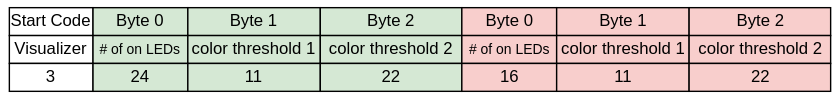
Earlier version of the draw.io export images/visualizer.svg (microchip-pic-avr-examples/pic16f56q71-audio-light-show-mplab-mcc). Source tidied: cells renumbered, new cells last; positions are measured from the earlier drawing's top-left corner, leaving out a move shared by most shapes.
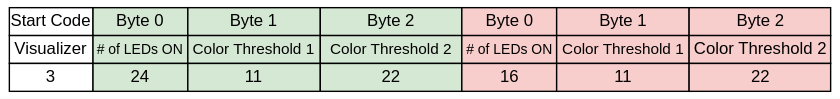
The same file after the commit.

The edit, as a diff of the source:
```diff
@@ -17,13 +17,13 @@
     <mxCell id="6" value="Visualizer" style="rounded=0;whiteSpace=wrap;html=1;" parent="1" vertex="1">
       <mxGeometry y="20" width="60" height="20" as="geometry" />
     </mxCell>
-    <mxCell id="7" value="&lt;font style=&quot;font-size: 10px;&quot;&gt;# of on LEDs&lt;/font&gt;" style="rounded=0;whiteSpace=wrap;html=1;fillColor=#d5e8d4;strokeColor=#000000;" parent="1" vertex="1">
+    <mxCell id="7" value="&lt;font style=&quot;font-size: 10px;&quot;&gt;# of LEDs ON&lt;br&gt;&lt;/font&gt;" style="rounded=0;whiteSpace=wrap;html=1;fillColor=#d5e8d4;strokeColor=#000000;" parent="1" vertex="1">
       <mxGeometry x="60" y="20" width="68" height="20" as="geometry" />
     </mxCell>
-    <mxCell id="8" value="color threshold 1" style="rounded=0;whiteSpace=wrap;html=1;fillColor=#d5e8d4;strokeColor=#000000;" parent="1" vertex="1">
+    <mxCell id="8" value="&lt;font style=&quot;font-size: 11px;&quot;&gt;Color Threshold 1&lt;/font&gt;" style="rounded=0;whiteSpace=wrap;html=1;fillColor=#d5e8d4;strokeColor=#000000;" parent="1" vertex="1">
       <mxGeometry x="128" y="20" width="95" height="20" as="geometry" />
     </mxCell>
-    <mxCell id="9" value="color threshold 2" style="rounded=0;whiteSpace=wrap;html=1;fillColor=#d5e8d4;strokeColor=#000000;" parent="1" vertex="1">
+    <mxCell id="9" value="&lt;font style=&quot;font-size: 11px;&quot;&gt;Color Threshold 2&lt;/font&gt;" style="rounded=0;whiteSpace=wrap;html=1;fillColor=#d5e8d4;strokeColor=#000000;" parent="1" vertex="1">
       <mxGeometry x="223" y="20" width="101.5" height="20" as="geometry" />
     </mxCell>
     <mxCell id="10" value="3" style="rounded=0;whiteSpace=wrap;html=1;" parent="1" vertex="1">
@@ -47,13 +47,13 @@
     <mxCell id="16" value="Byte 2" style="rounded=0;whiteSpace=wrap;html=1;fillColor=#f8cecc;strokeColor=#000000;" parent="1" vertex="1">
       <mxGeometry x="487.5" width="101.5" height="20" as="geometry" />
     </mxCell>
-    <mxCell id="17" value="&lt;font style=&quot;font-size: 10px;&quot;&gt;# of on LEDs&lt;/font&gt;" style="rounded=0;whiteSpace=wrap;html=1;fillColor=#f8cecc;strokeColor=#000000;" parent="1" vertex="1">
+    <mxCell id="17" value="&lt;font style=&quot;font-size: 10px;&quot;&gt;# of LEDs ON&lt;br&gt;&lt;/font&gt;" style="rounded=0;whiteSpace=wrap;html=1;fillColor=#f8cecc;strokeColor=#000000;" parent="1" vertex="1">
       <mxGeometry x="324.5" y="20" width="68" height="20" as="geometry" />
     </mxCell>
-    <mxCell id="18" value="color threshold 1" style="rounded=0;whiteSpace=wrap;html=1;fillColor=#f8cecc;strokeColor=#000000;" parent="1" vertex="1">
+    <mxCell id="18" value="&lt;font style=&quot;font-size: 11px;&quot;&gt;Color Threshold 1&lt;/font&gt;" style="rounded=0;whiteSpace=wrap;html=1;fillColor=#f8cecc;strokeColor=#000000;" parent="1" vertex="1">
       <mxGeometry x="392.5" y="20" width="95" height="20" as="geometry" />
     </mxCell>
-    <mxCell id="19" value="color threshold 2" style="rounded=0;whiteSpace=wrap;html=1;fillColor=#f8cecc;strokeColor=#000000;" parent="1" vertex="1">
+    <mxCell id="19" value="Color Threshold 2" style="rounded=0;whiteSpace=wrap;html=1;fillColor=#f8cecc;strokeColor=#000000;" parent="1" vertex="1">
       <mxGeometry x="487.5" y="20" width="101.5" height="20" as="geometry" />
     </mxCell>
     <mxCell id="20" value="16" style="rounded=0;whiteSpace=wrap;html=1;fillColor=#f8cecc;strokeColor=#000000;" parent="1" vertex="1">
```
